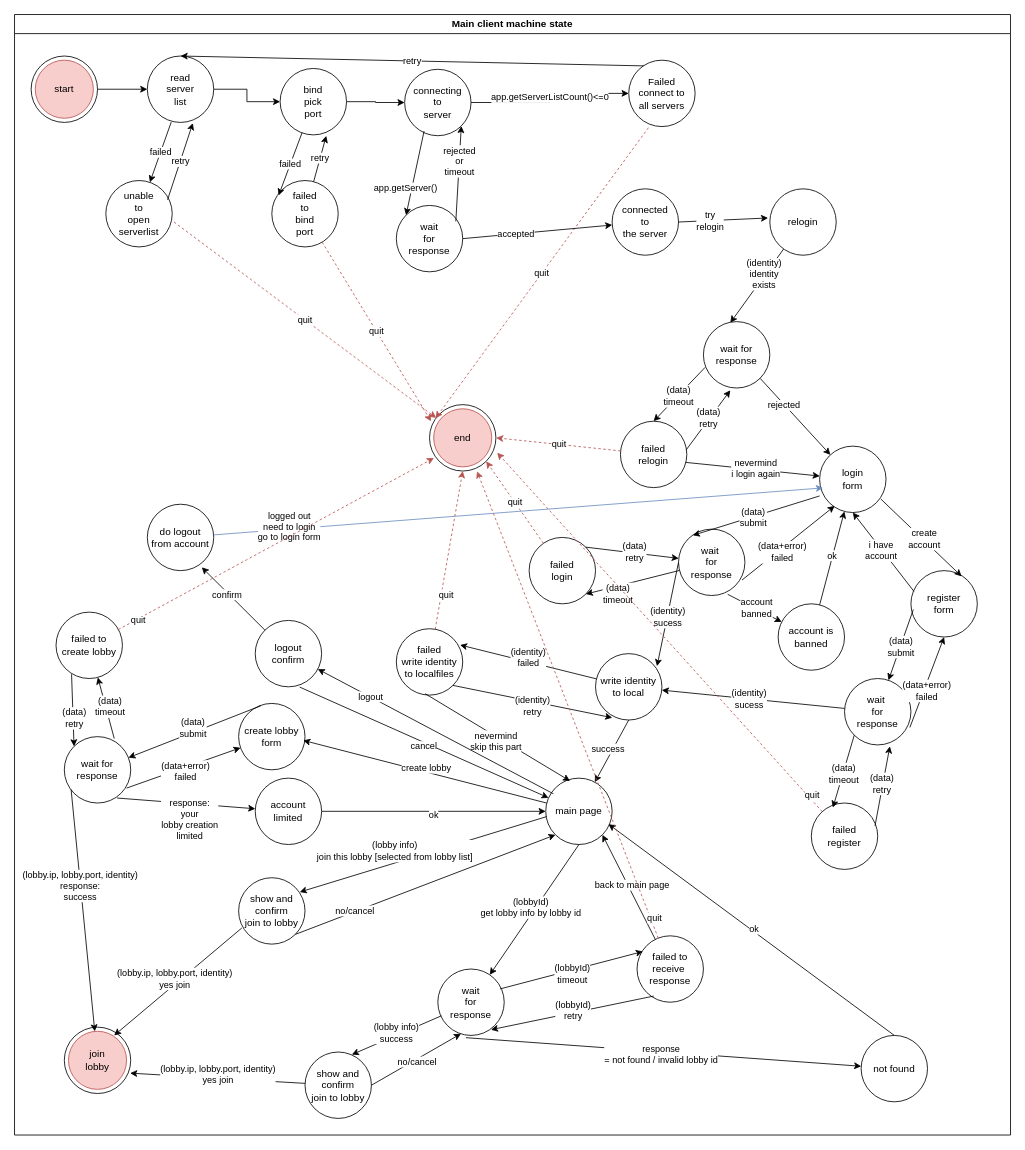
Before: docs/machine-state/main-client/main-client-machine-states.drawio in turnaduw/fluffyMultiplayer, a draw.io diagram. Source tidied: cells renumbered, new cells numbered last; positions are measured from the earlier drawing's top-left corner, leaving out a move shared by most shapes. Both pictures are drawn from the tidied source at 83%, with x=0, y=0 at pixel (14, 14).
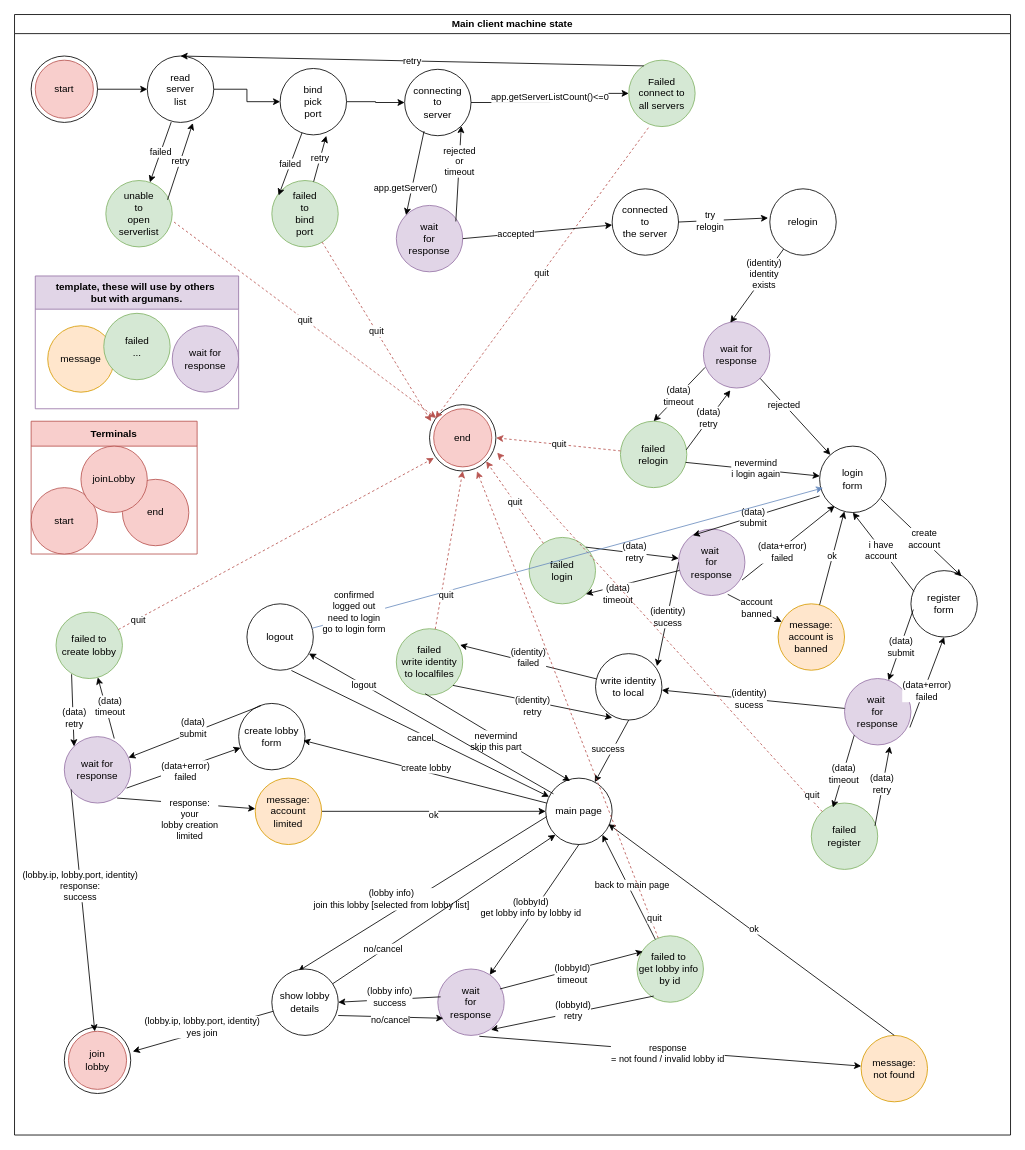
After the change.

Commit message (it also covers changes not shown here):
doc mainclient machine state updated.

The change refers to these unchanged cells:
```xml
<mxCell id="2" value="Main client machine state" style="swimlane;whiteSpace=wrap;html=1;" parent="1" vertex="1">
  <mxGeometry width="1200" height="1350" as="geometry" />
</mxCell>
<mxCell id="34" value="login&lt;br&gt;form" style="ellipse;whiteSpace=wrap;html=1;" parent="2" vertex="1">
  <mxGeometry x="970" y="520" width="80" height="80" as="geometry" />
</mxCell>
<mxCell id="64" value="main page" style="ellipse;whiteSpace=wrap;html=1;" parent="2" vertex="1">
  <mxGeometry x="640" y="920" width="80" height="80" as="geometry" />
</mxCell>
<mxCell id="74" style="ellipse;whiteSpace=wrap;html=1;" parent="2" vertex="1">
  <mxGeometry x="60" y="1220" width="80" height="80" as="geometry" />
</mxCell>
```

Diff of the diagram source:
```diff
@@
-    <mxCell id="8" value="unable&lt;br&gt;to&lt;br&gt;open&lt;br&gt;serverlist" style="ellipse;whiteSpace=wrap;html=1;" parent="2" vertex="1">
+    <mxCell id="8" value="unable&lt;br&gt;to&lt;br&gt;open&lt;br&gt;serverlist" style="ellipse;whiteSpace=wrap;html=1;fillColor=#d5e8d4;strokeColor=#82b366;" parent="2" vertex="1">
       <mxGeometry x="110" y="200" width="80" height="80" as="geometry" />
     </mxCell>
@@
-    <mxCell id="18" value="failed&lt;br&gt;to&lt;br&gt;bind&lt;br&gt;port" style="ellipse;whiteSpace=wrap;html=1;" parent="2" vertex="1">
+    <mxCell id="18" value="failed&lt;br&gt;to&lt;br&gt;bind&lt;br&gt;port" style="ellipse;whiteSpace=wrap;html=1;fillColor=#d5e8d4;strokeColor=#82b366;" parent="2" vertex="1">
       <mxGeometry x="310" y="200" width="80" height="80" as="geometry" />
     </mxCell>
@@
-    <mxCell id="22" value="wait&lt;br&gt;for&lt;br&gt;response" style="ellipse;whiteSpace=wrap;html=1;" parent="2" vertex="1">
+    <mxCell id="22" value="wait&lt;br&gt;for&lt;br&gt;response" style="ellipse;whiteSpace=wrap;html=1;fillColor=#e1d5e7;strokeColor=#9673a6;" parent="2" vertex="1">
       <mxGeometry x="460" y="230" width="80" height="80" as="geometry" />
     </mxCell>
-    <mxCell id="23" value="Failed&lt;br&gt;connect to&lt;br&gt;all servers" style="ellipse;whiteSpace=wrap;html=1;" parent="2" vertex="1">
+    <mxCell id="23" value="Failed&lt;br&gt;connect to&lt;br&gt;all servers" style="ellipse;whiteSpace=wrap;html=1;fillColor=#d5e8d4;strokeColor=#82b366;" parent="2" vertex="1">
       <mxGeometry x="740" y="55" width="80" height="80" as="geometry" />
     </mxCell>
@@
-    <mxCell id="32" value="wait for response" style="ellipse;whiteSpace=wrap;html=1;" parent="2" vertex="1">
+    <mxCell id="32" value="wait for response" style="ellipse;whiteSpace=wrap;html=1;fillColor=#e1d5e7;strokeColor=#9673a6;" parent="2" vertex="1">
       <mxGeometry x="830" y="370" width="80" height="80" as="geometry" />
     </mxCell>
@@
-    <mxCell id="36" value="failed&lt;br&gt;relogin" style="ellipse;whiteSpace=wrap;html=1;" parent="2" vertex="1">
+    <mxCell id="36" value="failed&lt;br&gt;relogin" style="ellipse;whiteSpace=wrap;html=1;fillColor=#d5e8d4;strokeColor=#82b366;" parent="2" vertex="1">
       <mxGeometry x="730" y="490" width="80" height="80" as="geometry" />
     </mxCell>
@@
-    <mxCell id="44" value="wait&amp;nbsp;&lt;br&gt;for&lt;br&gt;response" style="ellipse;whiteSpace=wrap;html=1;" parent="2" vertex="1">
+    <mxCell id="44" value="wait&amp;nbsp;&lt;br&gt;for&lt;br&gt;response" style="ellipse;whiteSpace=wrap;html=1;fillColor=#e1d5e7;strokeColor=#9673a6;" parent="2" vertex="1">
       <mxGeometry x="800" y="620" width="80" height="80" as="geometry" />
     </mxCell>
@@
-    <mxCell id="49" value="wait&amp;nbsp;&lt;br&gt;for&lt;br&gt;response" style="ellipse;whiteSpace=wrap;html=1;" parent="2" vertex="1">
+    <mxCell id="49" value="wait&amp;nbsp;&lt;br&gt;for&lt;br&gt;response" style="ellipse;whiteSpace=wrap;html=1;fillColor=#e1d5e7;strokeColor=#9673a6;" parent="2" vertex="1">
       <mxGeometry x="1000" y="800" width="80" height="80" as="geometry" />
     </mxCell>
@@
-    <mxCell id="53" value="failed&lt;br&gt;register" style="ellipse;whiteSpace=wrap;html=1;" parent="2" vertex="1">
+    <mxCell id="53" value="failed&lt;br&gt;register" style="ellipse;whiteSpace=wrap;html=1;fillColor=#d5e8d4;strokeColor=#82b366;" parent="2" vertex="1">
       <mxGeometry x="960" y="950" width="80" height="80" as="geometry" />
     </mxCell>
-    <mxCell id="54" value="failed&lt;br&gt;login" style="ellipse;whiteSpace=wrap;html=1;" parent="2" vertex="1">
+    <mxCell id="54" value="failed&lt;br&gt;login" style="ellipse;whiteSpace=wrap;html=1;fillColor=#d5e8d4;strokeColor=#82b366;" parent="2" vertex="1">
       <mxGeometry x="620" y="630" width="80" height="80" as="geometry" />
     </mxCell>
@@
-    <mxCell id="61" value="failed&lt;br&gt;write identity&lt;br&gt;to localfiles" style="ellipse;whiteSpace=wrap;html=1;" parent="2" vertex="1">
+    <mxCell id="61" value="failed&lt;br&gt;write identity&lt;br&gt;to localfiles" style="ellipse;whiteSpace=wrap;html=1;fillColor=#d5e8d4;strokeColor=#82b366;" parent="2" vertex="1">
       <mxGeometry x="460" y="740" width="80" height="80" as="geometry" />
     </mxCell>
@@
-    <mxCell id="67" value="logout&lt;br&gt;confirm" style="ellipse;whiteSpace=wrap;html=1;" parent="2" vertex="1">
-      <mxGeometry x="290" y="730" width="80" height="80" as="geometry" />
+    <mxCell id="67" value="logout" style="ellipse;whiteSpace=wrap;html=1;" parent="2" vertex="1">
+      <mxGeometry x="280" y="710" width="80" height="80" as="geometry" />
     </mxCell>
-    <mxCell id="68" value="do logout&lt;br&gt;from account" style="ellipse;whiteSpace=wrap;html=1;" parent="2" vertex="1">
-      <mxGeometry x="160" y="590" width="80" height="80" as="geometry" />
-    </mxCell>
@@
-    <mxCell id="71" value="confirm" style="endArrow=classic;html=1;rounded=0;entryX=0.82;entryY=0.95;entryDx=0;entryDy=0;entryPerimeter=0;" parent="2" edge="1" source="67" target="68">
-      <mxGeometry x="0.15" y="2" relative="1" as="geometry" />
-    </mxCell>
-    <mxCell id="72" value="logged out&lt;br&gt;need to login&lt;br&gt;go to login form" style="endArrow=classic;html=1;rounded=0;entryX=0.052;entryY=0.629;entryDx=0;entryDy=0;entryPerimeter=0;fillColor=#dae8fc;strokeColor=#6c8ebf;" parent="2" edge="1" source="68" target="34">
-      <mxGeometry x="-0.75" y="3" relative="1" as="geometry" />
+    <mxCell id="72" value="confirmed&lt;br&gt;logged out&lt;br&gt;need to login&lt;br&gt;go to login form" style="endArrow=classic;html=1;rounded=0;entryX=0.052;entryY=0.629;entryDx=0;entryDy=0;entryPerimeter=0;fillColor=#dae8fc;strokeColor=#6c8ebf;" parent="2" edge="1" source="67" target="34">
+      <mxGeometry x="-0.83" y="5" relative="1" as="geometry" />
     </mxCell>
@@
-    <mxCell id="76" value="(lobby info)&lt;br&gt;join this lobby [selected from lobby list]" style="endArrow=classic;html=1;rounded=0;exitX=0.016;exitY=0.579;exitDx=0;exitDy=0;entryX=0.92;entryY=0.216;entryDx=0;entryDy=0;entryPerimeter=0;exitPerimeter=0;" parent="2" edge="1" source="64" target="99">
+    <mxCell id="76" value="(lobby info)&lt;br&gt;join this lobby [selected from lobby list]" style="endArrow=classic;html=1;rounded=0;exitX=0.016;exitY=0.579;exitDx=0;exitDy=0;exitPerimeter=0;entryX=0.396;entryY=0.033;entryDx=0;entryDy=0;entryPerimeter=0;" parent="2" edge="1" source="64" target="96">
       <mxGeometry x="0.2" y="-14" relative="1" as="geometry" />
     </mxCell>
-    <mxCell id="77" value="wait&lt;br&gt;for&lt;br&gt;response" style="ellipse;whiteSpace=wrap;html=1;" parent="2" vertex="1">
+    <mxCell id="77" value="wait&lt;br&gt;for&lt;br&gt;response" style="ellipse;whiteSpace=wrap;html=1;fillColor=#e1d5e7;strokeColor=#9673a6;" parent="2" vertex="1">
       <mxGeometry x="510" y="1150" width="80" height="80" as="geometry" />
     </mxCell>
@@
-    <mxCell id="79" value="(lobby.ip, lobby.port, identity)&lt;br&gt;yes join" style="endArrow=classic;html=1;rounded=0;entryX=0.991;entryY=0.693;entryDx=0;entryDy=0;entryPerimeter=0;" parent="2" edge="1" source="96" target="74">
+    <mxCell id="79" value="(lobby.ip, lobby.port, identity)&lt;br&gt;yes join" style="endArrow=classic;html=1;rounded=0;entryX=1.031;entryY=0.367;entryDx=0;entryDy=0;entryPerimeter=0;" parent="2" edge="1" source="96" target="74">
       <mxGeometry y="-5" relative="1" as="geometry" />
     </mxCell>
-    <mxCell id="80" value="failed to&lt;br&gt;receive&amp;nbsp;&lt;br&gt;response" style="ellipse;whiteSpace=wrap;html=1;" parent="2" vertex="1">
+    <mxCell id="80" value="failed to&amp;nbsp;&lt;br&gt;get lobby info&amp;nbsp;&lt;br&gt;by id" style="ellipse;whiteSpace=wrap;html=1;fillColor=#d5e8d4;strokeColor=#82b366;" parent="2" vertex="1">
       <mxGeometry x="750" y="1110" width="80" height="80" as="geometry" />
     </mxCell>
@@
-    <mxCell id="84" value="not found" style="ellipse;whiteSpace=wrap;html=1;" parent="2" vertex="1">
+    <mxCell id="84" value="message:&lt;br&gt;not found" style="ellipse;whiteSpace=wrap;html=1;fillColor=#ffe6cc;strokeColor=#d79b00;" parent="2" vertex="1">
       <mxGeometry x="1020" y="1230" width="80" height="80" as="geometry" />
     </mxCell>
-    <mxCell id="85" value="response&lt;br&gt;= not found / invalid lobby id" style="endArrow=classic;html=1;rounded=0;exitX=0.423;exitY=1.034;exitDx=0;exitDy=0;exitPerimeter=0;" parent="2" edge="1" source="77" target="84">
+    <mxCell id="85" value="response&lt;br&gt;= not found / invalid lobby id" style="endArrow=classic;html=1;rounded=0;exitX=0.625;exitY=1.013;exitDx=0;exitDy=0;exitPerimeter=0;" parent="2" edge="1" source="77" target="84">
       <mxGeometry x="-0.01" y="-3" relative="1" as="geometry" />
     </mxCell>
@@
-    <mxCell id="89" value="wait for response" style="ellipse;whiteSpace=wrap;html=1;" parent="2" vertex="1">
+    <mxCell id="89" value="wait for response" style="ellipse;whiteSpace=wrap;html=1;fillColor=#e1d5e7;strokeColor=#9673a6;" parent="2" vertex="1">
       <mxGeometry x="60" y="870" width="80" height="80" as="geometry" />
     </mxCell>
@@
-    <mxCell id="91" value="failed to create lobby" style="ellipse;whiteSpace=wrap;html=1;" parent="2" vertex="1">
+    <mxCell id="91" value="failed to create lobby" style="ellipse;whiteSpace=wrap;html=1;fillColor=#d5e8d4;strokeColor=#82b366;" parent="2" vertex="1">
       <mxGeometry x="50" y="720" width="80" height="80" as="geometry" />
     </mxCell>
@@
-    <mxCell id="96" value="show and&lt;br&gt;confirm&lt;br&gt;join to lobby" style="ellipse;whiteSpace=wrap;html=1;" parent="2" vertex="1">
-      <mxGeometry x="350" y="1250" width="80" height="80" as="geometry" />
+    <mxCell id="96" value="show lobby details" style="ellipse;whiteSpace=wrap;html=1;" parent="2" vertex="1">
+      <mxGeometry x="310" y="1150" width="80" height="80" as="geometry" />
     </mxCell>
-    <mxCell id="97" value="(lobby info)&lt;br&gt;success" style="endArrow=classic;html=1;rounded=0;exitX=0.055;exitY=0.704;exitDx=0;exitDy=0;exitPerimeter=0;entryX=0.705;entryY=0.039;entryDx=0;entryDy=0;entryPerimeter=0;" parent="2" edge="1" source="77" target="96">
+    <mxCell id="97" value="(lobby info)&lt;br&gt;success" style="endArrow=classic;html=1;rounded=0;exitX=0.042;exitY=0.419;exitDx=0;exitDy=0;exitPerimeter=0;entryX=1;entryY=0.5;entryDx=0;entryDy=0;" parent="2" edge="1" source="77" target="96">
       <mxGeometry x="-0.01" y="-3" relative="1" as="geometry" />
     </mxCell>
-    <mxCell id="98" value="no/cancel" style="endArrow=classic;html=1;rounded=0;entryX=0.348;entryY=0.975;entryDx=0;entryDy=0;entryPerimeter=0;" parent="2" edge="1" target="77">
-      <mxGeometry x="-0.01" y="-3" relative="1" as="geometry">
-        <mxPoint x="430" y="1290" as="sourcePoint" />
-      </mxGeometry>
+    <mxCell id="98" value="no/cancel" style="endArrow=classic;html=1;rounded=0;entryX=0.083;entryY=0.742;entryDx=0;entryDy=0;entryPerimeter=0;exitX=1;exitY=0.7;exitDx=0;exitDy=0;exitPerimeter=0;" parent="2" edge="1" source="96" target="77">
+      <mxGeometry x="-0.01" y="-3" relative="1" as="geometry" />
     </mxCell>
-    <mxCell id="99" value="show and&lt;br&gt;confirm&lt;br&gt;join to lobby" style="ellipse;whiteSpace=wrap;html=1;" parent="2" vertex="1">
-      <mxGeometry x="270" y="1040" width="80" height="80" as="geometry" />
-    </mxCell>
-    <mxCell id="100" value="(lobby.ip, lobby.port, identity)&lt;br&gt;yes join" style="endArrow=classic;html=1;rounded=0;entryX=0.75;entryY=0.125;entryDx=0;entryDy=0;entryPerimeter=0;exitX=0.048;exitY=0.757;exitDx=0;exitDy=0;exitPerimeter=0;" parent="2" edge="1" source="99" target="74">
-      <mxGeometry y="-5" relative="1" as="geometry" />
-    </mxCell>
-    <mxCell id="101" value="no/cancel" style="endArrow=classic;html=1;rounded=0;exitX=1;exitY=1;exitDx=0;exitDy=0;entryX=0;entryY=1;entryDx=0;entryDy=0;" parent="2" edge="1" source="99" target="64">
+    <mxCell id="101" value="no/cancel" style="endArrow=classic;html=1;rounded=0;entryX=0;entryY=1;entryDx=0;entryDy=0;" parent="2" edge="1" source="96" target="64">
       <mxGeometry x="-0.54" y="1" relative="1" as="geometry" />
     </mxCell>
@@
-    <mxCell id="105" value="account is banned" style="ellipse;whiteSpace=wrap;html=1;" parent="2" vertex="1">
+    <mxCell id="105" value="message:&lt;br&gt;account is banned" style="ellipse;whiteSpace=wrap;html=1;fillColor=#ffe6cc;strokeColor=#d79b00;" parent="2" vertex="1">
       <mxGeometry x="920" y="710" width="80" height="80" as="geometry" />
     </mxCell>
@@
-    <mxCell id="108" value="account limited" style="ellipse;whiteSpace=wrap;html=1;" parent="2" vertex="1">
+    <mxCell id="108" value="message:&lt;br&gt;account limited" style="ellipse;whiteSpace=wrap;html=1;fillColor=#ffe6cc;strokeColor=#d79b00;" parent="2" vertex="1">
       <mxGeometry x="290" y="920" width="80" height="80" as="geometry" />
     </mxCell>
@@
+    <mxCell id="110" value="template, these will use by others&amp;nbsp;&lt;br&gt;but with argumans." style="swimlane;whiteSpace=wrap;html=1;startSize=40;fillColor=#e1d5e7;strokeColor=#9673a6;" parent="2" vertex="1">
+      <mxGeometry x="25" y="315" width="245" height="160" as="geometry" />
+    </mxCell>
+    <mxCell id="111" value="message" style="ellipse;whiteSpace=wrap;html=1;fillColor=#ffe6cc;strokeColor=#d79b00;" parent="110" vertex="1">
+      <mxGeometry x="15" y="60" width="80" height="80" as="geometry" />
+    </mxCell>
+    <mxCell id="112" value="wait for response" style="ellipse;whiteSpace=wrap;html=1;fillColor=#e1d5e7;strokeColor=#9673a6;" parent="110" vertex="1">
+      <mxGeometry x="165" y="60" width="80" height="80" as="geometry" />
+    </mxCell>
+    <mxCell id="113" value="failed&lt;br&gt;..." style="ellipse;whiteSpace=wrap;html=1;fillColor=#d5e8d4;strokeColor=#82b366;" parent="110" vertex="1">
+      <mxGeometry x="82.5" y="45" width="80" height="80" as="geometry" />
+    </mxCell>
+    <mxCell id="114" value="Terminals" style="swimlane;whiteSpace=wrap;html=1;startSize=30;fillColor=#f8cecc;strokeColor=#b85450;" parent="2" vertex="1">
+      <mxGeometry x="20" y="490" width="200" height="160" as="geometry" />
+    </mxCell>
+    <mxCell id="115" value="start" style="ellipse;whiteSpace=wrap;html=1;fillColor=#f8cecc;strokeColor=#b85450;" parent="114" vertex="1">
+      <mxGeometry y="80" width="80" height="80" as="geometry" />
+    </mxCell>
+    <mxCell id="116" value="end" style="ellipse;whiteSpace=wrap;html=1;fillColor=#f8cecc;strokeColor=#b85450;" parent="114" vertex="1">
+      <mxGeometry x="110" y="70" width="80" height="80" as="geometry" />
+    </mxCell>
+    <mxCell id="117" value="joinLobby" style="ellipse;whiteSpace=wrap;html=1;fillColor=#f8cecc;strokeColor=#b85450;" parent="114" vertex="1">
+      <mxGeometry x="60" y="30" width="80" height="80" as="geometry" />
+    </mxCell>
```
